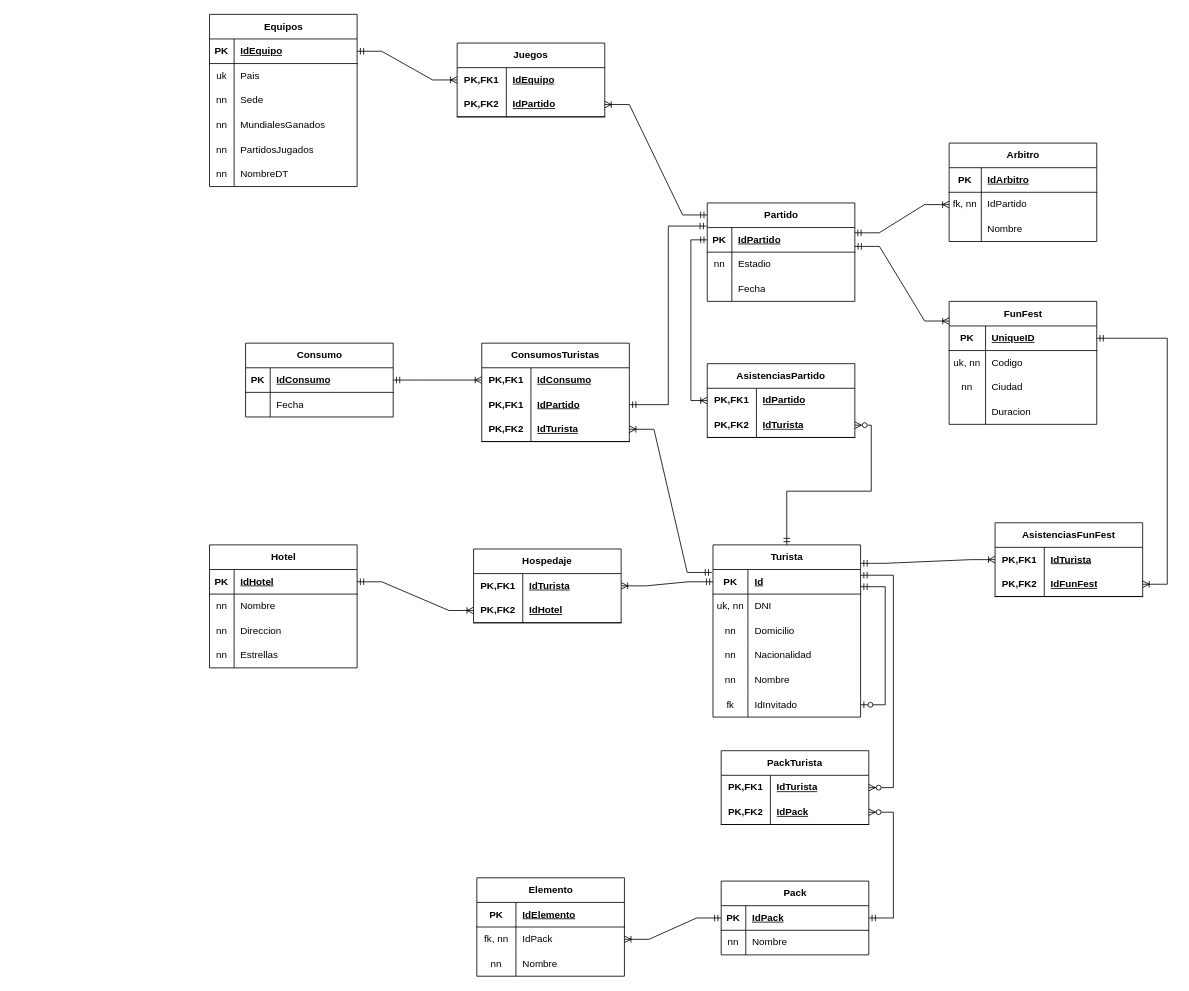
The draw.io diagram Turismo.drawio in javier-varela/Diagramas, before the edit. Source tidied: cells renumbered, new cells numbered last; positions are measured from the earlier drawing's top-left corner, leaving out a move shared by most shapes. Both pictures are drawn from the tidied source at 82%, with x=0, y=0 at pixel (209, 14).
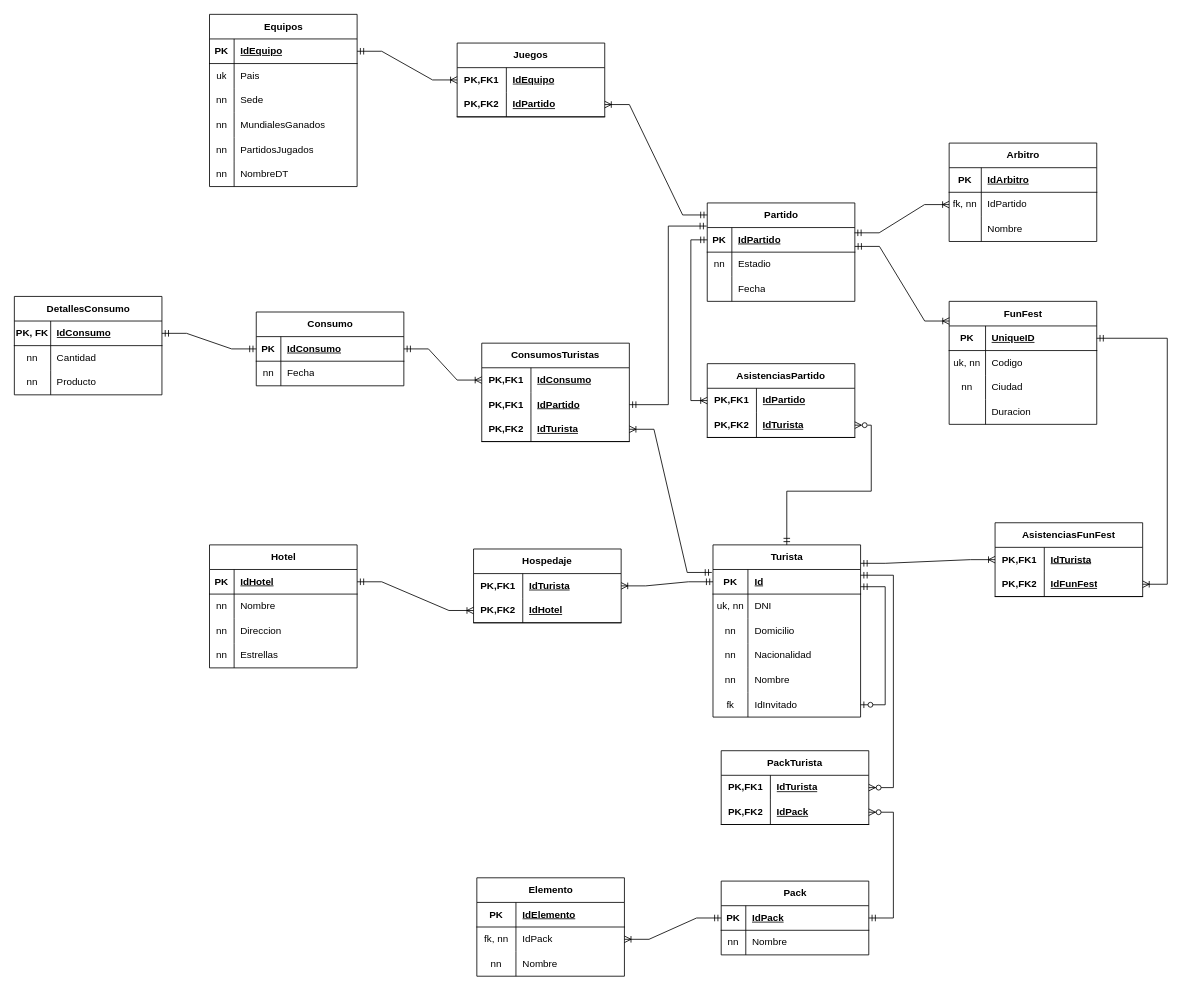
Above is the later version.

Unchanged cells that the change refers to:
```xml
<mxCell id="153" style="shape=tableRow;horizontal=0;startSize=0;swimlaneHead=0;swimlaneBody=0;fillColor=none;points=[[0,0.5],[1,0.5]];portConstraint=eastwest;top=0;left=0;right=0;bottom=1;" parent="152" vertex="1">
  <mxGeometry y="30" width="180" height="30" as="geometry" />
</mxCell>
<mxCell id="156" style="shape=tableRow;horizontal=0;startSize=0;swimlaneHead=0;swimlaneBody=0;fillColor=none;top=0;left=0;right=0;bottom=0;" parent="152" vertex="1">
  <mxGeometry y="60" width="180" height="30" as="geometry" />
</mxCell>
```

Diff of the diagram source:
```diff
@@
     <mxCell id="152" value="Consumo" style="shape=table;startSize=30;childLayout=tableLayout;rowLines=0;fontStyle=1;align=center;html=1;" parent="1" vertex="1">
-      <mxGeometry x="44" y="401" width="180" height="90" as="geometry" />
+      <mxGeometry x="57" y="363" width="180" height="90" as="geometry" />
     </mxCell>
@@
-    <mxCell id="157" style="shape=partialRectangle;fillColor=none;top=0;left=0;bottom=0;right=0;overflow=hidden;whiteSpace=wrap;html=1;" parent="156" vertex="1">
+    <mxCell id="157" value="nn" style="shape=partialRectangle;fillColor=none;top=0;left=0;bottom=0;right=0;overflow=hidden;whiteSpace=wrap;html=1;" parent="156" vertex="1">
       <mxGeometry width="30" height="30" as="geometry" />
     </mxCell>
@@
+    <mxCell id="172" value="DetallesConsumo" style="shape=table;startSize=30;childLayout=tableLayout;rowLines=0;fontStyle=1;align=center;html=1;" parent="1" vertex="1">
+      <mxGeometry x="-238" y="344" width="180" height="120" as="geometry" />
+    </mxCell>
+    <mxCell id="173" style="shape=tableRow;horizontal=0;startSize=0;swimlaneHead=0;swimlaneBody=0;fillColor=none;points=[[0,0.5],[1,0.5]];portConstraint=eastwest;top=0;left=0;right=0;bottom=1;" parent="172" vertex="1">
+      <mxGeometry y="30" width="180" height="30" as="geometry" />
+    </mxCell>
+    <mxCell id="174" value="PK, FK" style="shape=partialRectangle;fillColor=none;top=0;left=0;bottom=0;right=0;fontStyle=1;overflow=hidden;whiteSpace=wrap;html=1;" parent="173" vertex="1">
+      <mxGeometry width="44.3" height="30" as="geometry" />
+    </mxCell>
+    <mxCell id="175" value="IdConsumo" style="shape=partialRectangle;fillColor=none;top=0;left=0;bottom=0;right=0;align=left;spacingLeft=6;fontStyle=5;overflow=hidden;whiteSpace=wrap;html=1;" parent="173" vertex="1">
+      <mxGeometry x="44.3" width="135.7" height="30" as="geometry" />
+    </mxCell>
+    <mxCell id="176" style="shape=tableRow;horizontal=0;startSize=0;swimlaneHead=0;swimlaneBody=0;fillColor=none;top=0;left=0;right=0;bottom=0;" parent="172" vertex="1">
+      <mxGeometry y="60" width="180" height="30" as="geometry" />
+    </mxCell>
+    <mxCell id="177" value="nn" style="shape=partialRectangle;fillColor=none;top=0;left=0;bottom=0;right=0;overflow=hidden;whiteSpace=wrap;html=1;" parent="176" vertex="1">
+      <mxGeometry width="44.3" height="30" as="geometry" />
+    </mxCell>
+    <mxCell id="178" value="Cantidad" style="shape=partialRectangle;fillColor=none;top=0;left=0;bottom=0;right=0;align=left;spacingLeft=6;overflow=hidden;whiteSpace=wrap;html=1;" parent="176" vertex="1">
+      <mxGeometry x="44.3" width="135.7" height="30" as="geometry" />
+    </mxCell>
+    <mxCell id="179" style="shape=tableRow;horizontal=0;startSize=0;swimlaneHead=0;swimlaneBody=0;fillColor=none;top=0;left=0;right=0;bottom=0;" parent="172" vertex="1">
+      <mxGeometry y="90" width="180" height="30" as="geometry" />
+    </mxCell>
+    <mxCell id="180" value="nn" style="shape=partialRectangle;fillColor=none;top=0;left=0;bottom=0;right=0;overflow=hidden;whiteSpace=wrap;html=1;" parent="179" vertex="1">
+      <mxGeometry width="44.3" height="30" as="geometry" />
+    </mxCell>
+    <mxCell id="181" value="Producto" style="shape=partialRectangle;fillColor=none;top=0;left=0;bottom=0;right=0;align=left;spacingLeft=6;overflow=hidden;whiteSpace=wrap;html=1;" parent="179" vertex="1">
+      <mxGeometry x="44.3" width="135.7" height="30" as="geometry" />
+    </mxCell>
+    <mxCell id="182" style="edgeStyle=entityRelationEdgeStyle;rounded=0;jettySize=auto;html=1;exitX=1;exitY=0.5;exitDx=0;exitDy=0;startArrow=ERmandOne;startFill=0;endArrow=ERmandOne;endFill=0;" parent="1" edge="1" source="173" target="153">
+      <mxGeometry relative="1" as="geometry" />
+    </mxCell>
```
